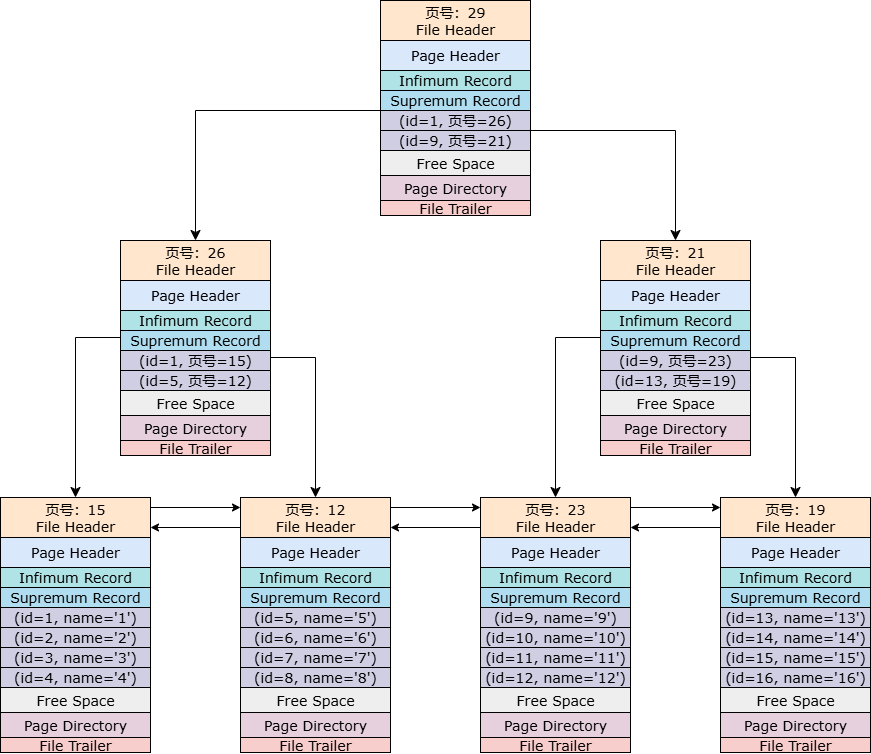
This is mysql/InnoDB聚簇索引结构.drawio.png from guxdong/imgrepo, a draw.io export, as it was before one commit. Source tidied: cells renumbered, new cells last; positions are measured from the earlier drawing's top-left corner, leaving out a move shared by most shapes.
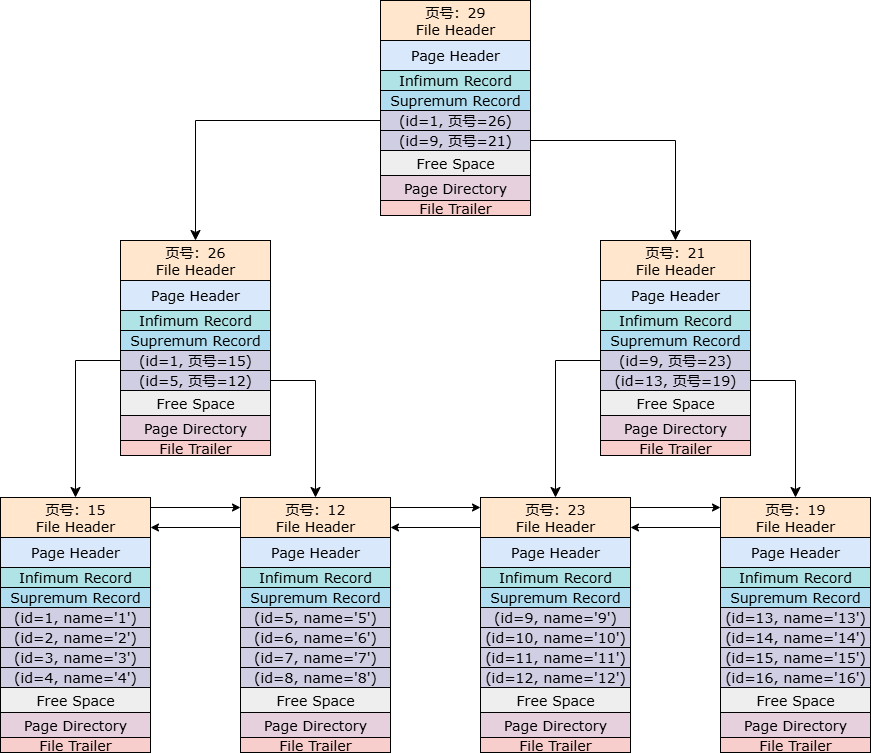
The same file after the commit.

Commit message:
更新InnoDB聚簇索引结构.drawio.png

Diff of the diagram source:
```diff
@@ -218,42 +218,42 @@
     <mxCell id="73" style="edgeStyle=elbowEdgeStyle;elbow=vertical;endArrow=classic;html=1;curved=0;rounded=0;endSize=8;startSize=8;exitX=0;exitY=0.5;exitDx=0;exitDy=0;entryX=0.5;entryY=0;entryDx=0;entryDy=0;" parent="1" edge="1" source="68" target="46">
       <mxGeometry relative="1" as="geometry">
         <Array as="points">
-          <mxPoint x="290" y="110" />
+          <mxPoint x="290" y="120" />
         </Array>
       </mxGeometry>
     </mxCell>
-    <mxCell id="74" style="edgeStyle=elbowEdgeStyle;elbow=vertical;endArrow=classic;html=1;curved=0;rounded=0;endSize=8;startSize=8;exitX=1;exitY=0.5;exitDx=0;exitDy=0;" parent="1" edge="1" source="72" target="55">
+    <mxCell id="74" style="edgeStyle=elbowEdgeStyle;elbow=vertical;endArrow=classic;html=1;curved=0;rounded=0;endSize=8;startSize=8;exitX=1;exitY=0.5;exitDx=0;exitDy=0;entryX=0.5;entryY=0;entryDx=0;entryDy=0;" parent="1" edge="1" source="72" target="55">
       <mxGeometry relative="1" as="geometry">
         <Array as="points">
-          <mxPoint x="580" y="130" />
+          <mxPoint x="610" y="140" />
         </Array>
       </mxGeometry>
     </mxCell>
     <mxCell id="75" style="edgeStyle=elbowEdgeStyle;elbow=vertical;endArrow=classic;html=1;curved=0;rounded=0;endSize=8;startSize=8;entryX=0.5;entryY=0;entryDx=0;entryDy=0;exitX=0;exitY=0.5;exitDx=0;exitDy=0;" parent="1" edge="1" source="50" target="2">
       <mxGeometry relative="1" as="geometry">
         <Array as="points">
-          <mxPoint x="80" y="337" />
+          <mxPoint x="100" y="360" />
         </Array>
       </mxGeometry>
     </mxCell>
     <mxCell id="76" style="edgeStyle=elbowEdgeStyle;elbow=vertical;endArrow=classic;html=1;curved=0;rounded=0;endSize=8;startSize=8;exitX=1;exitY=0.5;exitDx=0;exitDy=0;entryX=0.5;entryY=0;entryDx=0;entryDy=0;" parent="1" edge="1" source="54" target="13">
       <mxGeometry relative="1" as="geometry">
         <Array as="points">
-          <mxPoint x="310" y="357" />
+          <mxPoint x="290" y="380" />
         </Array>
       </mxGeometry>
     </mxCell>
     <mxCell id="77" style="edgeStyle=elbowEdgeStyle;elbow=vertical;endArrow=classic;html=1;curved=0;rounded=0;endSize=8;startSize=8;exitX=0;exitY=0.5;exitDx=0;exitDy=0;entryX=0.5;entryY=0;entryDx=0;entryDy=0;" parent="1" edge="1" source="59" target="24">
       <mxGeometry relative="1" as="geometry">
         <Array as="points">
-          <mxPoint x="570" y="337" />
+          <mxPoint x="580" y="360" />
         </Array>
       </mxGeometry>
     </mxCell>
     <mxCell id="78" style="edgeStyle=elbowEdgeStyle;elbow=vertical;endArrow=classic;html=1;curved=0;rounded=0;endSize=8;startSize=8;entryX=0.5;entryY=0;entryDx=0;entryDy=0;exitX=1;exitY=0.5;exitDx=0;exitDy=0;" parent="1" edge="1" source="63" target="35">
       <mxGeometry relative="1" as="geometry">
         <Array as="points">
-          <mxPoint x="810" y="357" />
+          <mxPoint x="770" y="380" />
         </Array>
       </mxGeometry>
     </mxCell>
```
